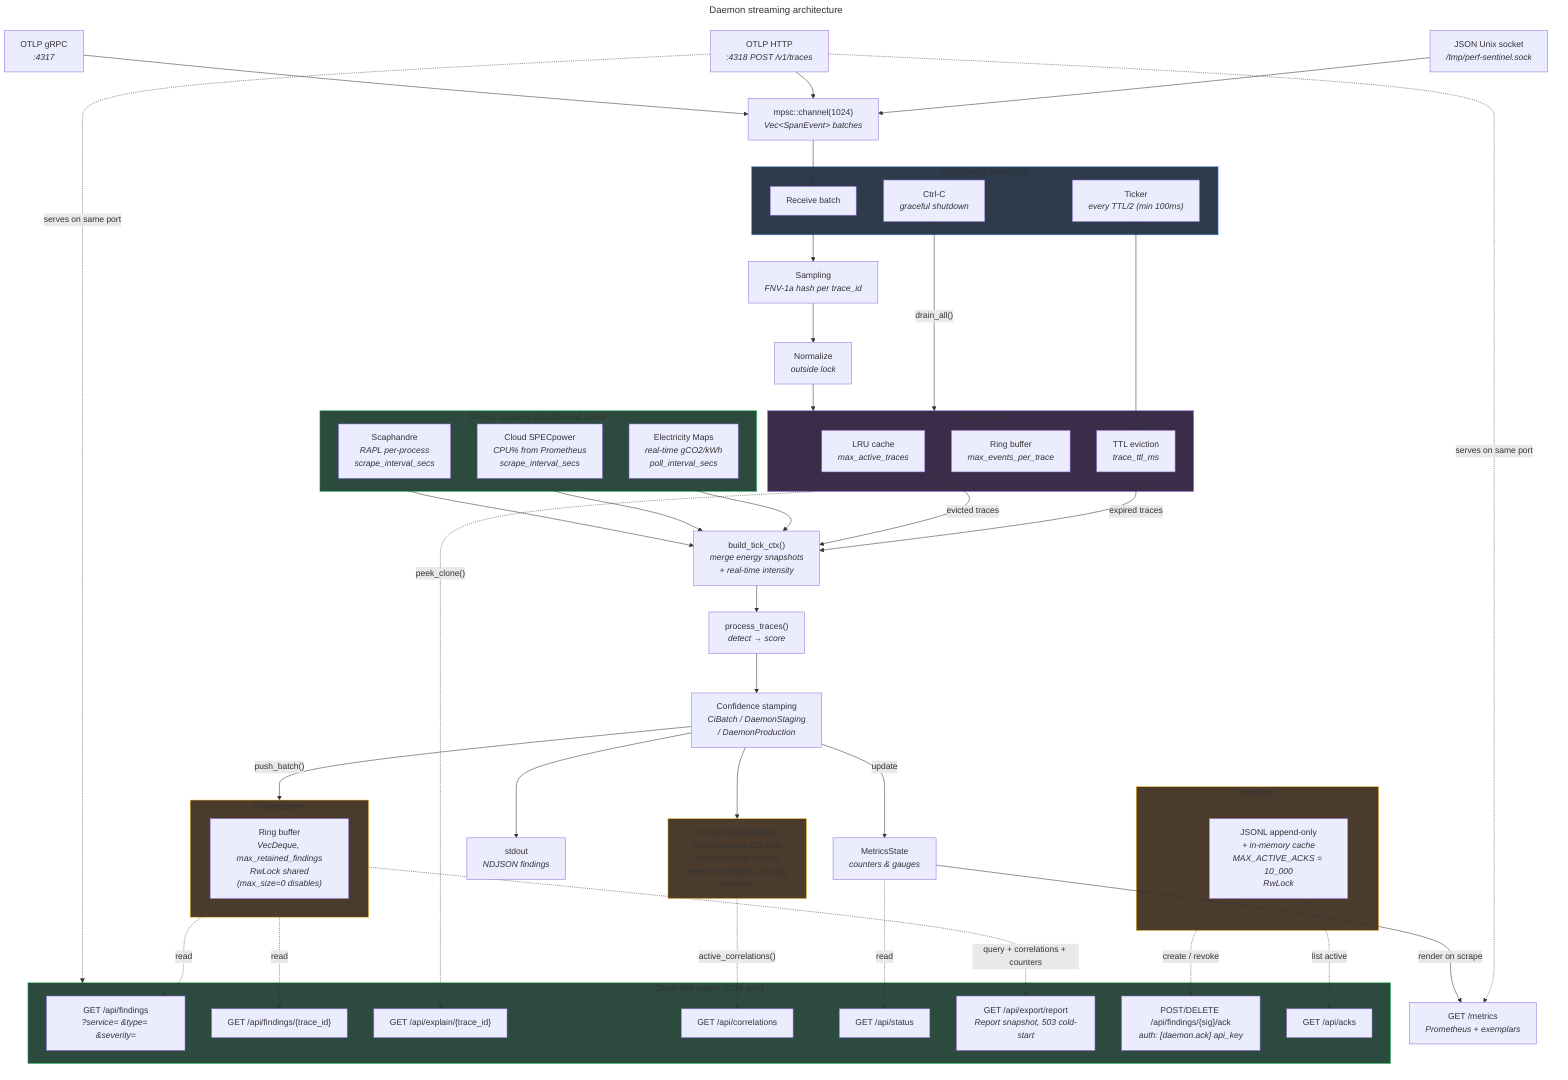
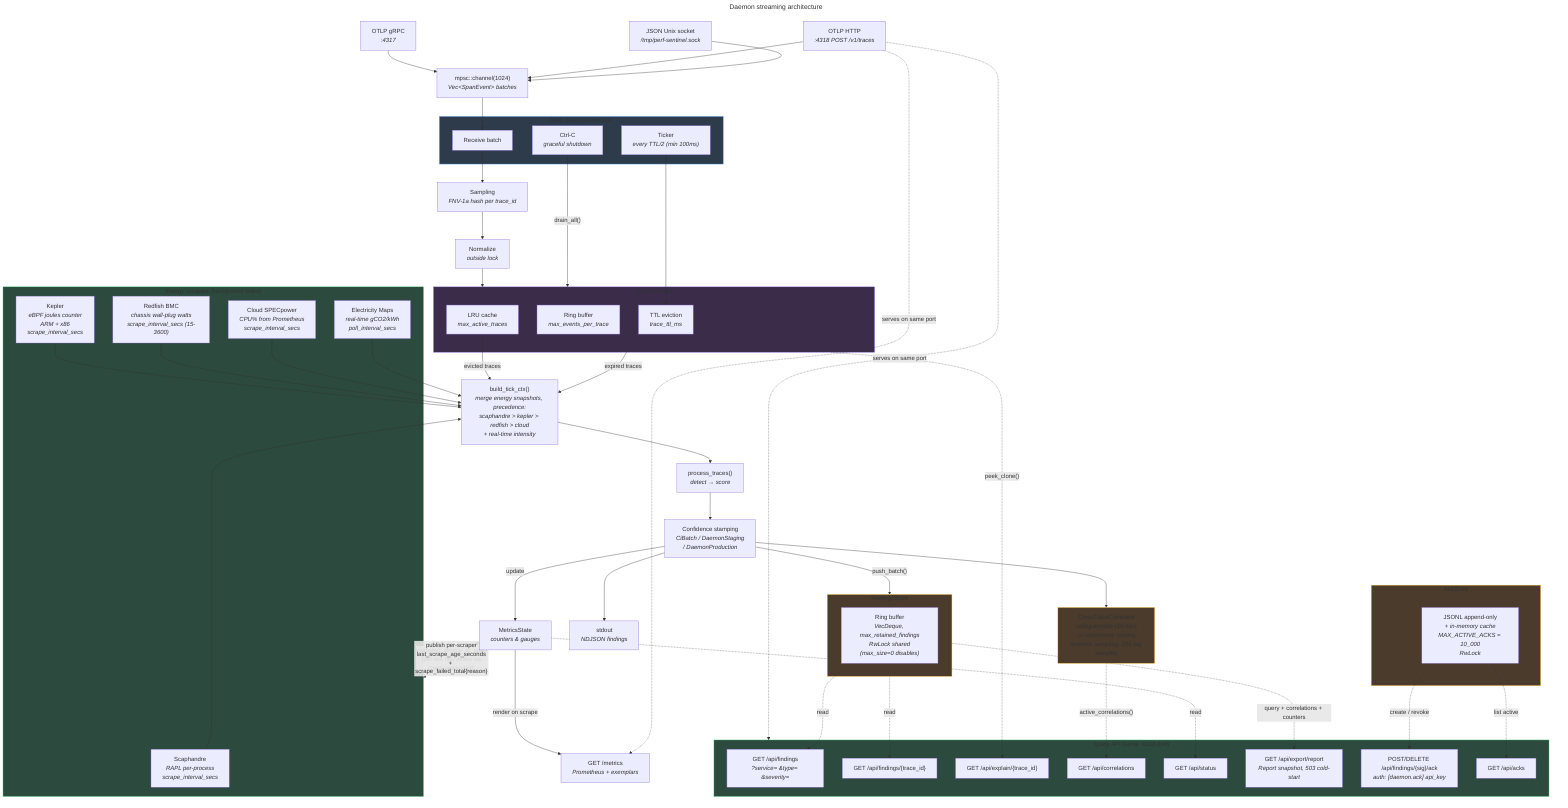
---
title: Daemon streaming architecture
---
flowchart TB
    grpc["OTLP gRPC<br/><i>:4317</i>"]
    http["OTLP HTTP<br/><i>:4318 POST /v1/traces</i>"]
    sock["JSON Unix socket<br/><i>/tmp/perf-sentinel.sock</i>"]

    channel["mpsc::channel(1024)<br/><i>Vec&lt;SpanEvent&gt; batches</i>"]

    subgraph eventloop["tokio::select! event loop"]
        recv["Receive batch"]
        tick["Ticker<br/><i>every TTL/2 (min 100ms)</i>"]
        ctrlc["Ctrl-C<br/><i>graceful shutdown</i>"]
    end

    sampling["Sampling<br/><i>FNV-1a hash per trace_id</i>"]
    norm["Normalize<br/><i>outside lock</i>"]

    subgraph window["TraceWindow"]
        lru["LRU cache<br/><i>max_active_traces</i>"]
        ring["Ring buffer<br/><i>max_events_per_trace</i>"]
        ttl["TTL eviction<br/><i>trace_ttl_ms</i>"]
    end

    subgraph scrapers["Energy scrapers (background tasks)"]
        scaph["Scaphandre<br/><i>RAPL per-process<br/>scrape_interval_secs</i>"]
+         kepler["Kepler<br/><i>eBPF joules counter<br/>ARM + x86<br/>scrape_interval_secs</i>"]
+         redfish["Redfish BMC<br/><i>chassis wall-plug watts<br/>scrape_interval_secs (15-3600)</i>"]
        cloud["Cloud SPECpower<br/><i>CPU% from Prometheus<br/>scrape_interval_secs</i>"]
        emaps["Electricity Maps<br/><i>real-time gCO2/kWh<br/>poll_interval_secs</i>"]
    end

-     tick_ctx["build_tick_ctx()<br/><i>merge energy snapshots<br/>+ real-time intensity</i>"]
+     tick_ctx["build_tick_ctx()<br/><i>merge energy snapshots, precedence:<br/>scaphandre &gt; kepler &gt; redfish &gt; cloud<br/>+ real-time intensity</i>"]

    process["process_traces()<br/><i>detect &rarr; score</i>"]

    confidence["Confidence stamping<br/><i>CiBatch / DaemonStaging<br/>/ DaemonProduction</i>"]

    correlator["CrossTraceCorrelator<br/><i>rolling window (10 min)<br/>co-occurrence scoring<br/>reservoir sampling, 256 lag samples</i>"]

    subgraph findings_ring["FindingsStore"]
        ring_buf["Ring buffer<br/><i>VecDeque, max_retained_findings<br/>RwLock shared<br/>(max_size=0 disables)</i>"]
    end

    stdout["stdout<br/><i>NDJSON findings</i>"]
    metrics_state["MetricsState<br/><i>counters &amp; gauges</i>"]
    metrics_endpoint["GET /metrics<br/><i>Prometheus + exemplars</i>"]

    subgraph query_api["Query API (same :4318 port)"]
        api_findings["GET /api/findings<br/><i>?service= &amp;type= &amp;severity=</i>"]
        api_findings_trace["GET /api/findings/{trace_id}"]
        api_explain["GET /api/explain/{trace_id}"]
        api_correlations["GET /api/correlations"]
        api_status["GET /api/status"]
        api_export_report["GET /api/export/report<br/><i>Report snapshot, 503 cold-start</i>"]
        api_ack["POST/DELETE /api/findings/{sig}/ack<br/><i>auth: [daemon.ack] api_key</i>"]
        api_acks_list["GET /api/acks"]
    end

    subgraph ack_store["AckStore"]
        ack_jsonl["JSONL append-only<br/><i>+ in-memory cache<br/>MAX_ACTIVE_ACKS = 10_000<br/>RwLock</i>"]
    end

    grpc --> channel
    http --> channel
    sock --> channel

    channel --> recv
    recv --> sampling --> norm --> window
    tick --> ttl
    ctrlc -- "drain_all()" --> window

    scaph --> tick_ctx
+     kepler --> tick_ctx
+     redfish --> tick_ctx
    cloud --> tick_ctx
    emaps --> tick_ctx

    lru -- "evicted traces" --> tick_ctx
    ttl -- "expired traces" --> tick_ctx
    tick_ctx --> process

    process --> confidence
    confidence --> correlator
    confidence --> stdout
    confidence -- "push_batch()" --> findings_ring
    confidence -- "update" --> metrics_state
    metrics_state -- "render on scrape" --> metrics_endpoint
+ 
+     metrics_state -. "snapshot_service_io_ops()<br/>(per-tick ops deltas via<br/>OpsSnapshotDiff)" .-> scrapers
+     scrapers -. "publish per-scraper<br/>last_scrape_age_seconds<br/>+ scrape_failed_total{reason}" .-> metrics_state

    http -. "serves on same port" .-> metrics_endpoint
    http -. "serves on same port" .-> query_api

    findings_ring -. "read" .-> api_findings
    findings_ring -. "read" .-> api_findings_trace
    window -. "peek_clone()" .-> api_explain
    correlator -. "active_correlations()" .-> api_correlations
    metrics_state -. "read" .-> api_status
    findings_ring -. "query + correlations + counters" .-> api_export_report
    ack_jsonl -. "create / revoke" .-> api_ack
    ack_jsonl -. "list active" .-> api_acks_list

    style eventloop fill:#2d3b4a,stroke:#60a5fa
    style window fill:#3b2d4a,stroke:#a78bfa
    style scrapers fill:#2d4a3e,stroke:#4ade80
    style findings_ring fill:#4a3b2d,stroke:#fbbf24
    style query_api fill:#2d4a3e,stroke:#4ade80
    style correlator fill:#4a3b2d,stroke:#fbbf24
    style ack_store fill:#4a3b2d,stroke:#fbbf24
